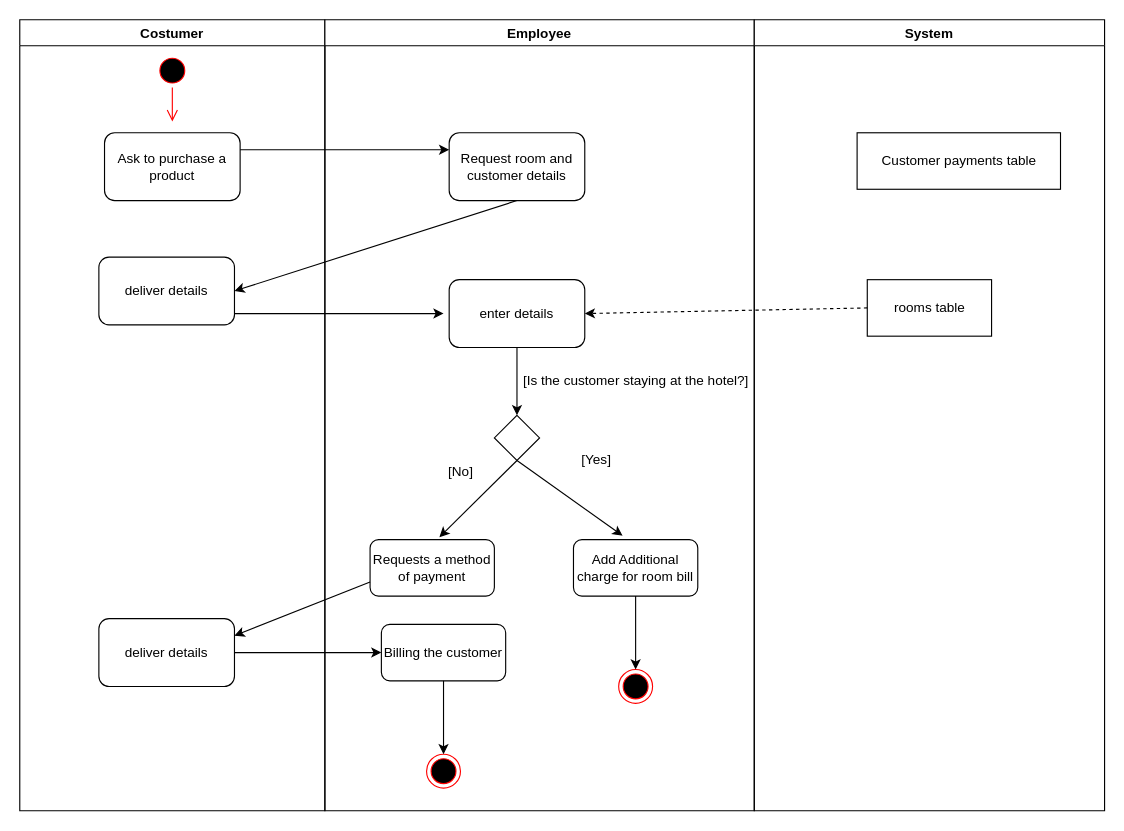
The draw.io diagram הכנה לפרוייקט גמר/drowio/הוספת חיוב נוסף.drawio in MaorShtern/LHOTEL, before the edit. Source tidied: cells renumbered, new cells numbered last; positions are measured from the earlier drawing's top-left corner, leaving out a move shared by most shapes. Both pictures are drawn from the tidied source at 113%, with x=0, y=0 at pixel (19, 19).
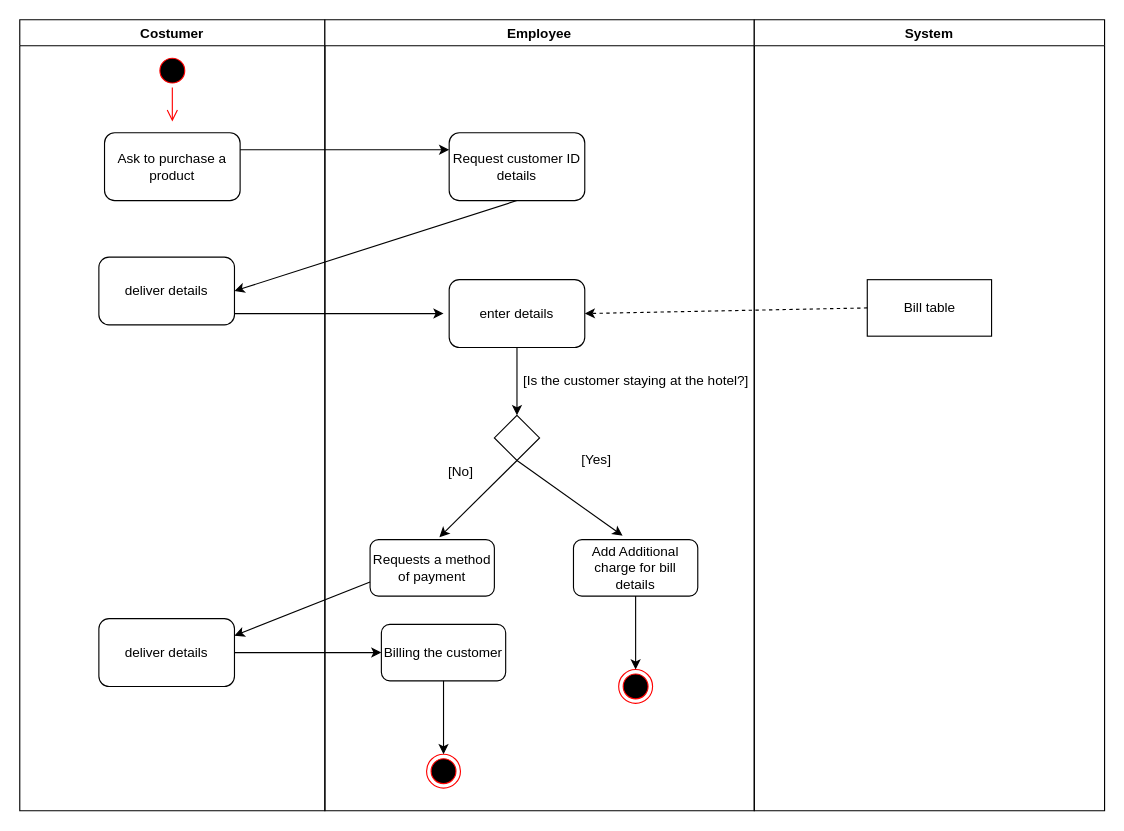
After the change.

Unchanged cells that the change refers to:
```xml
<mxCell id="8" value="Employee" style="swimlane;startSize=23;" parent="1" vertex="1">
  <mxGeometry x="270" width="380" height="700" as="geometry" />
</mxCell>
<mxCell id="25" value="System" style="swimlane;" parent="1" vertex="1">
  <mxGeometry x="650" width="310" height="700" as="geometry" />
</mxCell>
```

The edit, as a diff of the source:
```diff
@@
-    <mxCell id="9" value="Request room and customer details" style="rounded=1;whiteSpace=wrap;html=1;" parent="8" vertex="1">
+    <mxCell id="9" value="Request customer ID details" style="rounded=1;whiteSpace=wrap;html=1;" parent="8" vertex="1">
       <mxGeometry x="110" y="100" width="120" height="60" as="geometry" />
     </mxCell>
@@
-    <mxCell id="22" value="Add Additional charge for room bill" style="rounded=1;whiteSpace=wrap;html=1;" parent="8" vertex="1">
+    <mxCell id="22" value="Add Additional charge for bill details" style="rounded=1;whiteSpace=wrap;html=1;" parent="8" vertex="1">
       <mxGeometry x="220" y="460" width="110" height="50" as="geometry" />
     </mxCell>
@@
-    <mxCell id="26" value="rooms table" style="html=1;" parent="25" vertex="1">
+    <mxCell id="26" value="Bill table" style="html=1;" parent="25" vertex="1">
       <mxGeometry x="100" y="230" width="110" height="50" as="geometry" />
     </mxCell>
-    <mxCell id="27" value="Customer payments table" style="html=1;" parent="25" vertex="1">
-      <mxGeometry x="91" y="100" width="180" height="50" as="geometry" />
-    </mxCell>
```
